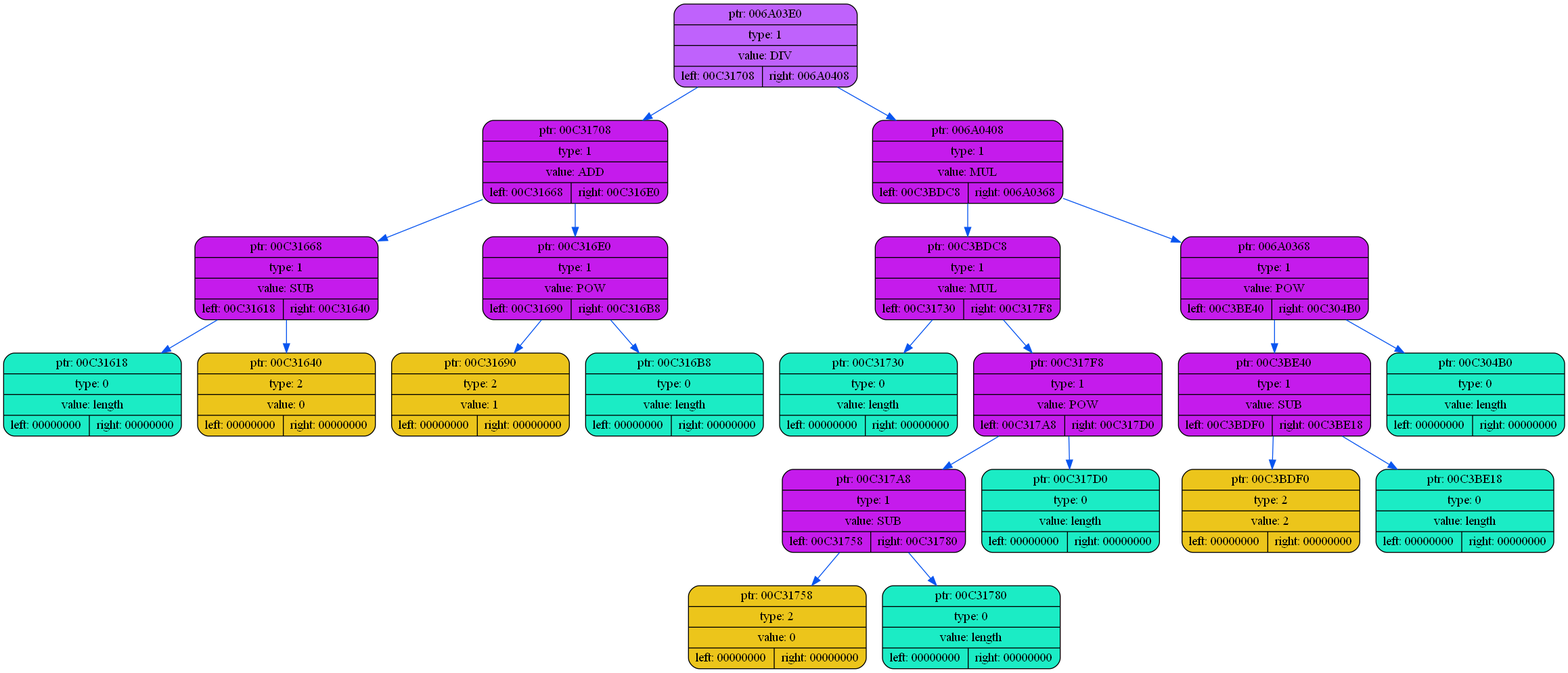
This is dump/dump1.png from coffee8cat/differentiator, a Graphviz export, as it was before one commit. Its source is kept beside it as dump/dump1.dot.
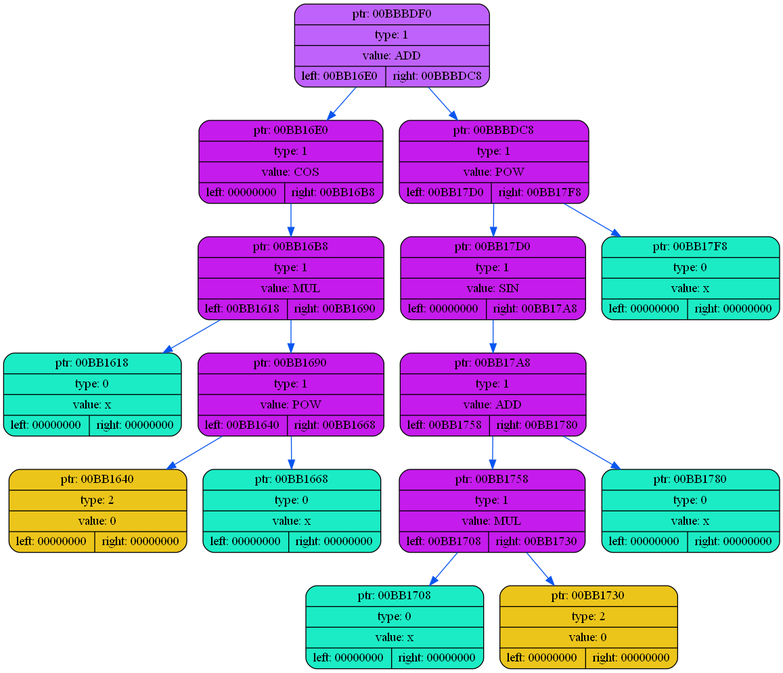
After the change.

Change to the diagram source:
```diff
@@ -2,45 +2,33 @@
 {
     rankdir=TP
 
-        node006A03E0[shape=record,style="rounded,filled",fillcolor="#BF62FC",label="{ ptr: 006A03E0 | type: 1 | value: DIV| { left: 00C31708 | right: 006A0408 }}"];
-    node006A03E0 -> node00C31708[color="#0855F0"]
-    node00C31708[shape=record,style="rounded,filled",fillcolor="#C51BEC",label="{ ptr: 00C31708 | type: 1 | value: ADD| { left: 00C31668 | right: 00C316E0 }}"];
-    node00C31708 -> node00C31668[color="#0855F0"]
-    node00C31668[shape=record,style="rounded,filled",fillcolor="#C51BEC",label="{ ptr: 00C31668 | type: 1 | value: SUB| { left: 00C31618 | right: 00C31640 }}"];
-    node00C31668 -> node00C31618[color="#0855F0"]
-    node00C31618[shape=record,style="rounded,filled",fillcolor="#1BECC5",label="{ ptr: 00C31618 | type: 0 | value: length| { left: 00000000 | right: 00000000 }}"];
-    node00C31668 -> node00C31640[color="#0855F0"]
-    node00C31640[shape=record,style="rounded,filled",fillcolor="#ECC51B",label="{ ptr: 00C31640 | type: 2 | value: 0| { left: 00000000 | right: 00000000 }}"];
-    node00C31708 -> node00C316E0[color="#0855F0"]
-    node00C316E0[shape=record,style="rounded,filled",fillcolor="#C51BEC",label="{ ptr: 00C316E0 | type: 1 | value: POW| { left: 00C31690 | right: 00C316B8 }}"];
-    node00C316E0 -> node00C31690[color="#0855F0"]
-    node00C31690[shape=record,style="rounded,filled",fillcolor="#ECC51B",label="{ ptr: 00C31690 | type: 2 | value: 1| { left: 00000000 | right: 00000000 }}"];
-    node00C316E0 -> node00C316B8[color="#0855F0"]
-    node00C316B8[shape=record,style="rounded,filled",fillcolor="#1BECC5",label="{ ptr: 00C316B8 | type: 0 | value: length| { left: 00000000 | right: 00000000 }}"];
-    node006A03E0 -> node006A0408[color="#0855F0"]
-    node006A0408[shape=record,style="rounded,filled",fillcolor="#C51BEC",label="{ ptr: 006A0408 | type: 1 | value: MUL| { left: 00C3BDC8 | right: 006A0368 }}"];
-    node006A0408 -> node00C3BDC8[color="#0855F0"]
-    node00C3BDC8[shape=record,style="rounded,filled",fillcolor="#C51BEC",label="{ ptr: 00C3BDC8 | type: 1 | value: MUL| { left: 00C31730 | right: 00C317F8 }}"];
-    node00C3BDC8 -> node00C31730[color="#0855F0"]
-    node00C31730[shape=record,style="rounded,filled",fillcolor="#1BECC5",label="{ ptr: 00C31730 | type: 0 | value: length| { left: 00000000 | right: 00000000 }}"];
-    node00C3BDC8 -> node00C317F8[color="#0855F0"]
-    node00C317F8[shape=record,style="rounded,filled",fillcolor="#C51BEC",label="{ ptr: 00C317F8 | type: 1 | value: POW| { left: 00C317A8 | right: 00C317D0 }}"];
-    node00C317F8 -> node00C317A8[color="#0855F0"]
-    node00C317A8[shape=record,style="rounded,filled",fillcolor="#C51BEC",label="{ ptr: 00C317A8 | type: 1 | value: SUB| { left: 00C31758 | right: 00C31780 }}"];
-    node00C317A8 -> node00C31758[color="#0855F0"]
-    node00C31758[shape=record,style="rounded,filled",fillcolor="#ECC51B",label="{ ptr: 00C31758 | type: 2 | value: 0| { left: 00000000 | right: 00000000 }}"];
-    node00C317A8 -> node00C31780[color="#0855F0"]
-    node00C31780[shape=record,style="rounded,filled",fillcolor="#1BECC5",label="{ ptr: 00C31780 | type: 0 | value: length| { left: 00000000 | right: 00000000 }}"];
-    node00C317F8 -> node00C317D0[color="#0855F0"]
-    node00C317D0[shape=record,style="rounded,filled",fillcolor="#1BECC5",label="{ ptr: 00C317D0 | type: 0 | value: length| { left: 00000000 | right: 00000000 }}"];
-    node006A0408 -> node006A0368[color="#0855F0"]
-    node006A0368[shape=record,style="rounded,filled",fillcolor="#C51BEC",label="{ ptr: 006A0368 | type: 1 | value: POW| { left: 00C3BE40 | right: 00C304B0 }}"];
-    node006A0368 -> node00C3BE40[color="#0855F0"]
-    node00C3BE40[shape=record,style="rounded,filled",fillcolor="#C51BEC",label="{ ptr: 00C3BE40 | type: 1 | value: SUB| { left: 00C3BDF0 | right: 00C3BE18 }}"];
-    node00C3BE40 -> node00C3BDF0[color="#0855F0"]
-    node00C3BDF0[shape=record,style="rounded,filled",fillcolor="#ECC51B",label="{ ptr: 00C3BDF0 | type: 2 | value: 2| { left: 00000000 | right: 00000000 }}"];
-    node00C3BE40 -> node00C3BE18[color="#0855F0"]
-    node00C3BE18[shape=record,style="rounded,filled",fillcolor="#1BECC5",label="{ ptr: 00C3BE18 | type: 0 | value: length| { left: 00000000 | right: 00000000 }}"];
-    node006A0368 -> node00C304B0[color="#0855F0"]
-    node00C304B0[shape=record,style="rounded,filled",fillcolor="#1BECC5",label="{ ptr: 00C304B0 | type: 0 | value: length| { left: 00000000 | right: 00000000 }}"];
+        node00BBBDF0[shape=record,style="rounded,filled",fillcolor="#BF62FC",label="{ ptr: 00BBBDF0 | type: 1 | value: ADD| { left: 00BB16E0 | right: 00BBBDC8 }}"];
+    node00BBBDF0 -> node00BB16E0[color="#0855F0"]
+    node00BB16E0[shape=record,style="rounded,filled",fillcolor="#C51BEC",label="{ ptr: 00BB16E0 | type: 1 | value: COS| { left: 00000000 | right: 00BB16B8 }}"];
+    node00BB16E0 -> node00BB16B8[color="#0855F0"]
+    node00BB16B8[shape=record,style="rounded,filled",fillcolor="#C51BEC",label="{ ptr: 00BB16B8 | type: 1 | value: MUL| { left: 00BB1618 | right: 00BB1690 }}"];
+    node00BB16B8 -> node00BB1618[color="#0855F0"]
+    node00BB1618[shape=record,style="rounded,filled",fillcolor="#1BECC5",label="{ ptr: 00BB1618 | type: 0 | value: x| { left: 00000000 | right: 00000000 }}"];
+    node00BB16B8 -> node00BB1690[color="#0855F0"]
+    node00BB1690[shape=record,style="rounded,filled",fillcolor="#C51BEC",label="{ ptr: 00BB1690 | type: 1 | value: POW| { left: 00BB1640 | right: 00BB1668 }}"];
+    node00BB1690 -> node00BB1640[color="#0855F0"]
+    node00BB1640[shape=record,style="rounded,filled",fillcolor="#ECC51B",label="{ ptr: 00BB1640 | type: 2 | value: 0| { left: 00000000 | right: 00000000 }}"];
+    node00BB1690 -> node00BB1668[color="#0855F0"]
+    node00BB1668[shape=record,style="rounded,filled",fillcolor="#1BECC5",label="{ ptr: 00BB1668 | type: 0 | value: x| { left: 00000000 | right: 00000000 }}"];
+    node00BBBDF0 -> node00BBBDC8[color="#0855F0"]
+    node00BBBDC8[shape=record,style="rounded,filled",fillcolor="#C51BEC",label="{ ptr: 00BBBDC8 | type: 1 | value: POW| { left: 00BB17D0 | right: 00BB17F8 }}"];
+    node00BBBDC8 -> node00BB17D0[color="#0855F0"]
+    node00BB17D0[shape=record,style="rounded,filled",fillcolor="#C51BEC",label="{ ptr: 00BB17D0 | type: 1 | value: SIN| { left: 00000000 | right: 00BB17A8 }}"];
+    node00BB17D0 -> node00BB17A8[color="#0855F0"]
+    node00BB17A8[shape=record,style="rounded,filled",fillcolor="#C51BEC",label="{ ptr: 00BB17A8 | type: 1 | value: ADD| { left: 00BB1758 | right: 00BB1780 }}"];
+    node00BB17A8 -> node00BB1758[color="#0855F0"]
+    node00BB1758[shape=record,style="rounded,filled",fillcolor="#C51BEC",label="{ ptr: 00BB1758 | type: 1 | value: MUL| { left: 00BB1708 | right: 00BB1730 }}"];
+    node00BB1758 -> node00BB1708[color="#0855F0"]
+    node00BB1708[shape=record,style="rounded,filled",fillcolor="#1BECC5",label="{ ptr: 00BB1708 | type: 0 | value: x| { left: 00000000 | right: 00000000 }}"];
+    node00BB1758 -> node00BB1730[color="#0855F0"]
+    node00BB1730[shape=record,style="rounded,filled",fillcolor="#ECC51B",label="{ ptr: 00BB1730 | type: 2 | value: 0| { left: 00000000 | right: 00000000 }}"];
+    node00BB17A8 -> node00BB1780[color="#0855F0"]
+    node00BB1780[shape=record,style="rounded,filled",fillcolor="#1BECC5",label="{ ptr: 00BB1780 | type: 0 | value: x| { left: 00000000 | right: 00000000 }}"];
+    node00BBBDC8 -> node00BB17F8[color="#0855F0"]
+    node00BB17F8[shape=record,style="rounded,filled",fillcolor="#1BECC5",label="{ ptr: 00BB17F8 | type: 0 | value: x| { left: 00000000 | right: 00000000 }}"];
 }
```
